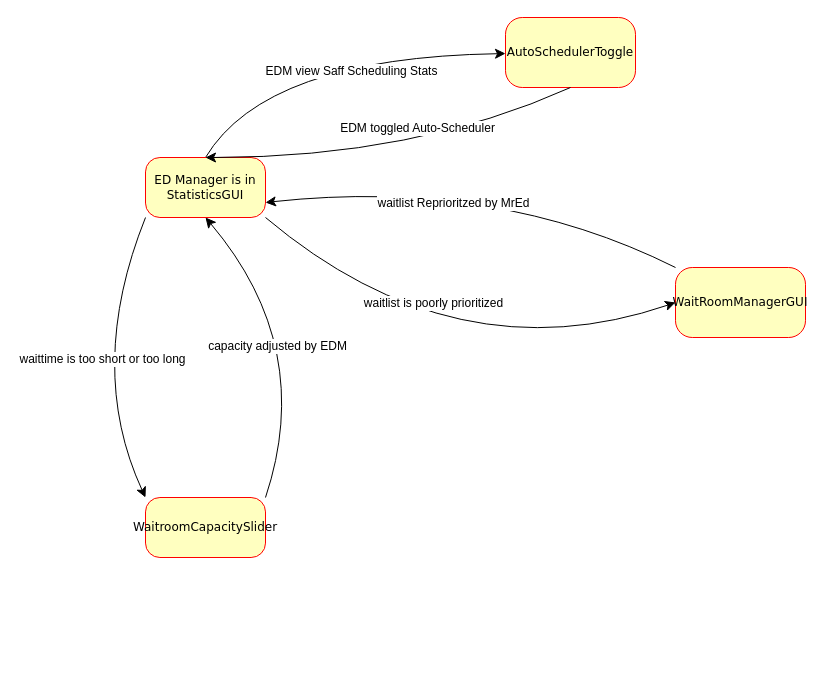
Earlier version of the draw.io diagram EliorWork/ED_Manager_SMD.drawio (SENG-350-2024-fall/Team9). Source tidied: cells renumbered, new cells numbered last; positions are measured from the earlier drawing's top-left corner, leaving out a move shared by most shapes. Both pictures are drawn from the tidied source at 100%, with x=0, y=0 at pixel (85, 17).
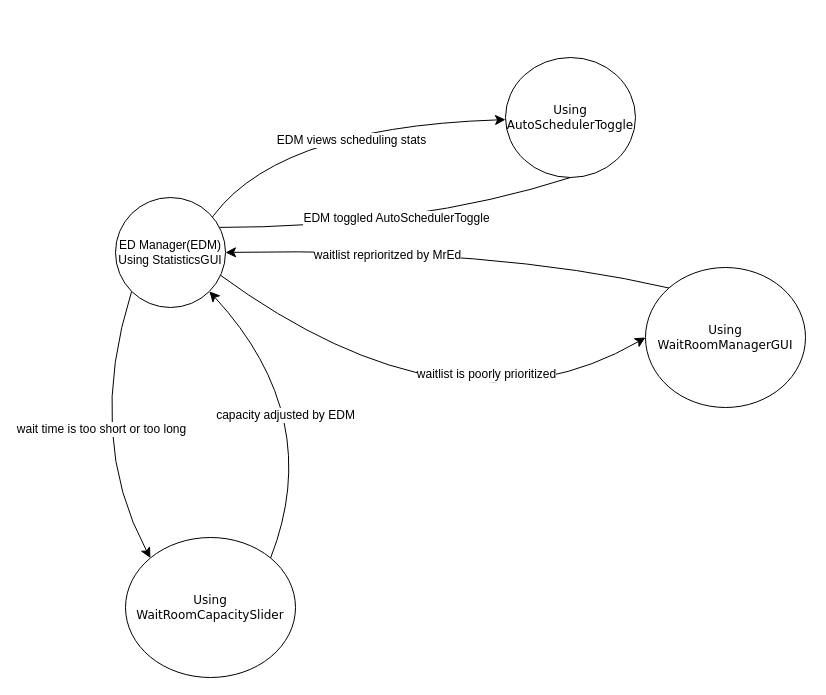
The same page after the edit.

Diff of the diagram source:
```diff
@@
-    <mxCell id="2" style="edgeStyle=none;curved=1;rounded=0;jettySize=auto;html=1;fontSize=12;startSize=8;endSize=8;exitX=0.5;exitY=0;exitDx=0;exitDy=0;" parent="1" edge="1" source="4" target="9">
+    <mxCell id="2" style="edgeStyle=none;curved=1;rounded=0;jettySize=auto;html=1;fontSize=12;startSize=8;endSize=8;exitX=0.5;exitY=0;exitDx=0;exitDy=0;" parent="1" edge="1" target="9">
       <mxGeometry relative="1" as="geometry">
+        <mxPoint x="120" y="210" as="sourcePoint" />
         <Array as="points">
-          <mxPoint x="180" y="40" />
+          <mxPoint x="180" y="110" />
         </Array>
       </mxGeometry>
     </mxCell>
-    <mxCell id="3" value="EDM view Saff Scheduling Stats" style="edgeLabel;html=1;align=center;verticalAlign=middle;fontSize=12;" parent="2" vertex="1">
+    <mxCell id="3" value="EDM views scheduling stats" style="edgeLabel;html=1;align=center;verticalAlign=middle;fontSize=12;" parent="2" vertex="1">
       <mxGeometry x="0.13" y="-15" relative="1" as="geometry" />
     </mxCell>
-    <mxCell id="4" value="ED Manager is in StatisticsGUI" style="rounded=1;whiteSpace=wrap;html=1;arcSize=24;fillColor=#ffffc0;strokeColor=#ff0000;shadow=0;comic=0;labelBackgroundColor=none;fontFamily=Verdana;fontSize=12;fontColor=#000000;align=center;" parent="1" vertex="1">
-      <mxGeometry x="60" y="140" width="120" height="60" as="geometry" />
-    </mxCell>
-    <mxCell id="5" style="edgeStyle=none;curved=1;rounded=0;jettySize=auto;html=1;exitX=0;exitY=0;exitDx=0;exitDy=0;entryX=1;entryY=0.75;entryDx=0;entryDy=0;fontSize=12;startSize=8;endSize=8;" parent="1" edge="1" source="7" target="4">
+    <mxCell id="5" style="edgeStyle=none;curved=1;rounded=0;jettySize=auto;html=1;exitX=0;exitY=0;exitDx=0;exitDy=0;entryX=1;entryY=0.5;entryDx=0;entryDy=0;fontSize=12;startSize=8;endSize=8;" parent="1" edge="1" source="7" target="18">
       <mxGeometry relative="1" as="geometry">
         <Array as="points">
-          <mxPoint x="410" y="160" />
+          <mxPoint x="410" y="230" />
         </Array>
       </mxGeometry>
     </mxCell>
-    <mxCell id="6" value="waitlist Reprioritzed by MrEd" style="edgeLabel;html=1;align=center;verticalAlign=middle;fontSize=12;" parent="5" vertex="1">
+    <mxCell id="6" value="waitlist reprioritzed by MrEd" style="edgeLabel;html=1;align=center;verticalAlign=middle;fontSize=12;" parent="5" vertex="1">
       <mxGeometry x="0.14" y="21" relative="1" as="geometry">
-        <mxPoint x="1" as="offset" />
+        <mxPoint x="-32" y="-15" as="offset" />
       </mxGeometry>
     </mxCell>
-    <mxCell id="7" value="WaitRoomManagerGUI" style="rounded=1;whiteSpace=wrap;html=1;arcSize=24;fillColor=#ffffc0;strokeColor=#ff0000;shadow=0;comic=0;labelBackgroundColor=none;fontFamily=Verdana;fontSize=12;fontColor=#000000;align=center;" parent="1" vertex="1">
-      <mxGeometry x="590" y="250" width="130" height="70" as="geometry" />
+    <mxCell id="7" value="Using WaitRoomManagerGUI" style="rounded=1;whiteSpace=wrap;html=1;arcSize=24;shadow=0;comic=0;labelBackgroundColor=none;fontFamily=Verdana;fontSize=12;align=center;shape=ellipse;perimeter=ellipsePerimeter;" parent="1" vertex="1">
+      <mxGeometry x="560" y="250" width="160" height="140" as="geometry" />
     </mxCell>
-    <mxCell id="8" value="WaitroomCapacitySlider" style="rounded=1;whiteSpace=wrap;html=1;arcSize=24;fillColor=#ffffc0;strokeColor=#ff0000;shadow=0;comic=0;labelBackgroundColor=none;fontFamily=Verdana;fontSize=12;fontColor=#000000;align=center;" parent="1" vertex="1">
-      <mxGeometry x="60" y="480" width="120" height="60" as="geometry" />
+    <mxCell id="8" value="Using WaitRoom&lt;span style=&quot;background-color: initial;&quot;&gt;CapacitySlider&lt;/span&gt;" style="rounded=1;whiteSpace=wrap;html=1;arcSize=24;shadow=0;comic=0;labelBackgroundColor=none;fontFamily=Verdana;fontSize=12;align=center;shape=ellipse;perimeter=ellipsePerimeter;" parent="1" vertex="1">
+      <mxGeometry x="40" y="520" width="170" height="140" as="geometry" />
     </mxCell>
-    <mxCell id="9" value="AutoSchedulerToggle" style="rounded=1;whiteSpace=wrap;html=1;arcSize=24;fillColor=#ffffc0;strokeColor=#ff0000;shadow=0;comic=0;labelBackgroundColor=none;fontFamily=Verdana;fontSize=12;fontColor=#000000;align=center;" parent="1" vertex="1">
-      <mxGeometry x="420" width="130" height="70" as="geometry" />
+    <mxCell id="9" value="Using AutoSchedulerToggle" style="rounded=1;whiteSpace=wrap;html=1;arcSize=24;shadow=0;comic=0;labelBackgroundColor=none;fontFamily=Verdana;fontSize=12;align=center;shape=ellipse;perimeter=ellipsePerimeter;" parent="1" vertex="1">
+      <mxGeometry x="420" y="40" width="130" height="120" as="geometry" />
     </mxCell>
-    <mxCell id="10" style="edgeStyle=none;jettySize=auto;html=1;rounded=0;fontSize=12;startSize=8;endSize=8;curved=1;exitX=0.5;exitY=1;exitDx=0;exitDy=0;entryX=0.5;entryY=0;entryDx=0;entryDy=0;" parent="1" edge="1" source="9" target="4">
+    <mxCell id="10" style="edgeStyle=none;jettySize=auto;html=1;rounded=0;fontSize=12;startSize=8;endSize=8;curved=1;exitX=0.5;exitY=1;exitDx=0;exitDy=0;entryX=0.5;entryY=0;entryDx=0;entryDy=0;" parent="1" edge="1" source="9">
       <mxGeometry relative="1" as="geometry">
+        <mxPoint x="120" y="210" as="targetPoint" />
         <Array as="points">
-          <mxPoint x="330" y="140" />
+          <mxPoint x="330" y="210" />
         </Array>
       </mxGeometry>
     </mxCell>
-    <mxCell id="11" value="EDM toggled Auto-Scheduler" style="edgeLabel;html=1;align=center;verticalAlign=middle;fontSize=12;" parent="10" vertex="1">
+    <mxCell id="11" value="EDM toggled AutoSchedulerToggle" style="edgeLabel;html=1;align=center;verticalAlign=middle;fontSize=12;" parent="10" vertex="1">
       <mxGeometry x="0.04" y="-38" relative="1" as="geometry">
-        <mxPoint x="29" y="8" as="offset" />
+        <mxPoint x="12" y="28" as="offset" />
       </mxGeometry>
     </mxCell>
-    <mxCell id="12" style="edgeStyle=none;jettySize=auto;html=1;rounded=0;fontSize=12;startSize=8;endSize=8;curved=1;exitX=1;exitY=1;exitDx=0;exitDy=0;entryX=0;entryY=0.5;entryDx=0;entryDy=0;" parent="1" edge="1" source="4" target="7">
+    <mxCell id="12" style="edgeStyle=none;jettySize=auto;html=1;rounded=0;fontSize=12;startSize=8;endSize=8;curved=1;exitX=0.943;exitY=0.699;exitDx=0;exitDy=0;entryX=0;entryY=0.5;entryDx=0;entryDy=0;exitPerimeter=0;" parent="1" edge="1" source="18" target="7">
       <mxGeometry relative="1" as="geometry">
         <Array as="points">
-          <mxPoint x="370" y="360" />
+          <mxPoint x="370" y="430" />
         </Array>
       </mxGeometry>
     </mxCell>
-    <mxCell id="13" value="waitlist is poorly prioritized" style="edgeLabel;html=1;align=center;verticalAlign=middle;fontSize=12;" parent="12" vertex="1">
-      <mxGeometry x="-0.24" y="42" relative="1" as="geometry" />
+    <mxCell id="13" value="&lt;span style=&quot;font-size: 12px;&quot;&gt;waitlist is poorly prioritized&lt;/span&gt;" style="edgeLabel;html=1;align=center;verticalAlign=middle;" parent="12" vertex="1">
+      <mxGeometry x="0.28" y="54" relative="1" as="geometry">
+        <mxPoint x="27" y="-9" as="offset" />
+      </mxGeometry>
     </mxCell>
-    <mxCell id="14" style="edgeStyle=none;jettySize=auto;html=1;rounded=0;fontSize=12;startSize=8;endSize=8;curved=1;exitX=0;exitY=1;exitDx=0;exitDy=0;entryX=0;entryY=0;entryDx=0;entryDy=0;" parent="1" edge="1" source="4" target="8">
+    <mxCell id="14" style="edgeStyle=none;jettySize=auto;html=1;rounded=0;fontSize=12;startSize=8;endSize=8;curved=1;exitX=0;exitY=1;exitDx=0;exitDy=0;entryX=0;entryY=0;entryDx=0;entryDy=0;" parent="1" edge="1" source="18" target="8">
       <mxGeometry relative="1" as="geometry">
         <Array as="points">
-          <mxPoint y="350" />
+          <mxPoint y="420" />
         </Array>
       </mxGeometry>
     </mxCell>
-    <mxCell id="15" value="waittime is too short or too long" style="edgeLabel;html=1;align=center;verticalAlign=middle;fontSize=12;" parent="14" vertex="1">
+    <mxCell id="15" value="wait time is too short or too long" style="edgeLabel;html=1;align=center;verticalAlign=middle;fontSize=12;" parent="14" vertex="1">
       <mxGeometry x="-0.04" y="12" relative="1" as="geometry">
         <mxPoint y="1" as="offset" />
       </mxGeometry>
     </mxCell>
-    <mxCell id="16" style="edgeStyle=none;jettySize=auto;html=1;rounded=0;fontSize=12;startSize=8;endSize=8;curved=1;exitX=1;exitY=0;exitDx=0;exitDy=0;entryX=0.5;entryY=1;entryDx=0;entryDy=0;" parent="1" edge="1" source="8" target="4">
+    <mxCell id="16" style="edgeStyle=none;jettySize=auto;html=1;rounded=0;fontSize=12;startSize=8;endSize=8;curved=1;exitX=1;exitY=0;exitDx=0;exitDy=0;entryX=1;entryY=1;entryDx=0;entryDy=0;" parent="1" edge="1" source="8" target="18">
       <mxGeometry relative="1" as="geometry">
         <Array as="points">
-          <mxPoint x="230" y="330" />
+          <mxPoint x="240" y="400" />
         </Array>
       </mxGeometry>
     </mxCell>
@@
+    <mxCell id="18" value="ED Manager(EDM) Using StatisticsGUI" style="ellipse;whiteSpace=wrap;html=1;" parent="1" vertex="1">
+      <mxGeometry x="30" y="180" width="110" height="110" as="geometry" />
+    </mxCell>
```
